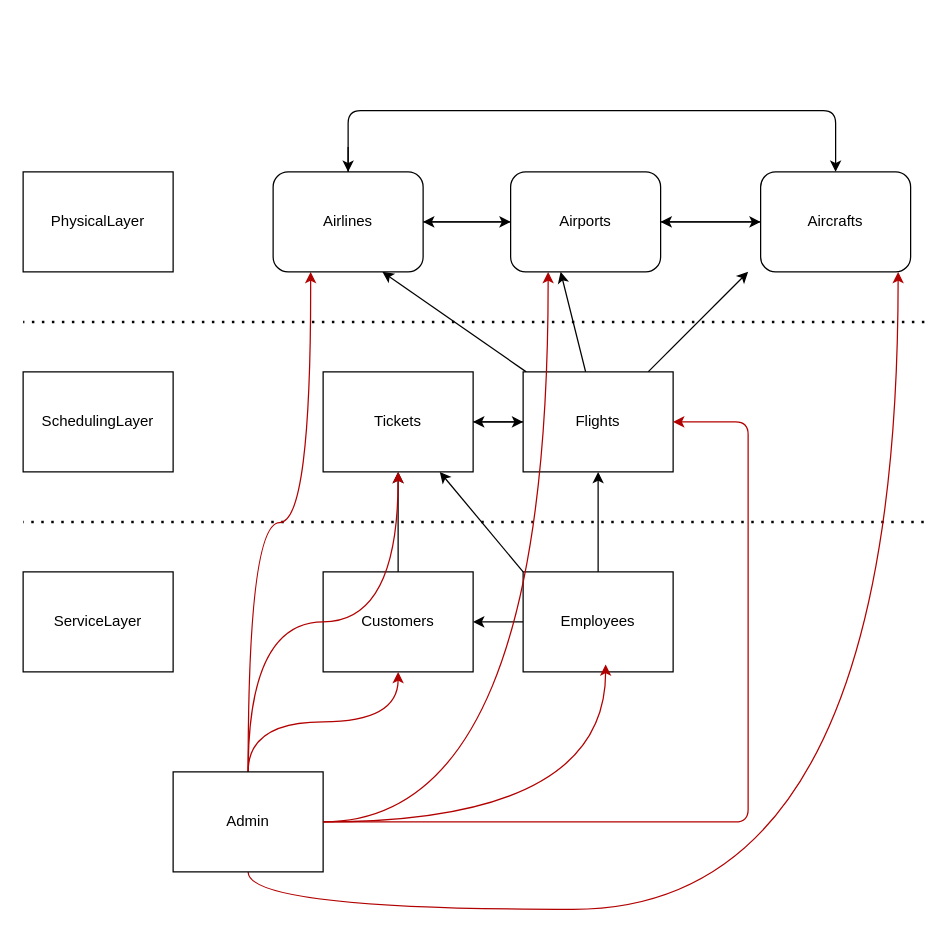
kyle4036/DatabaseManagement2026Project1 keeps this draw.io diagram as page "InitialConnections+AdminControl" (2 of 7) of ERDiagram.drawio. Above is the earlier version. Source tidied: cells renumbered, new cells numbered last; positions are measured from the earlier drawing's top-left corner, leaving out a move shared by most shapes. Both pictures are drawn from the tidied source at 125%, with x=0, y=0 at pixel (22, 110).
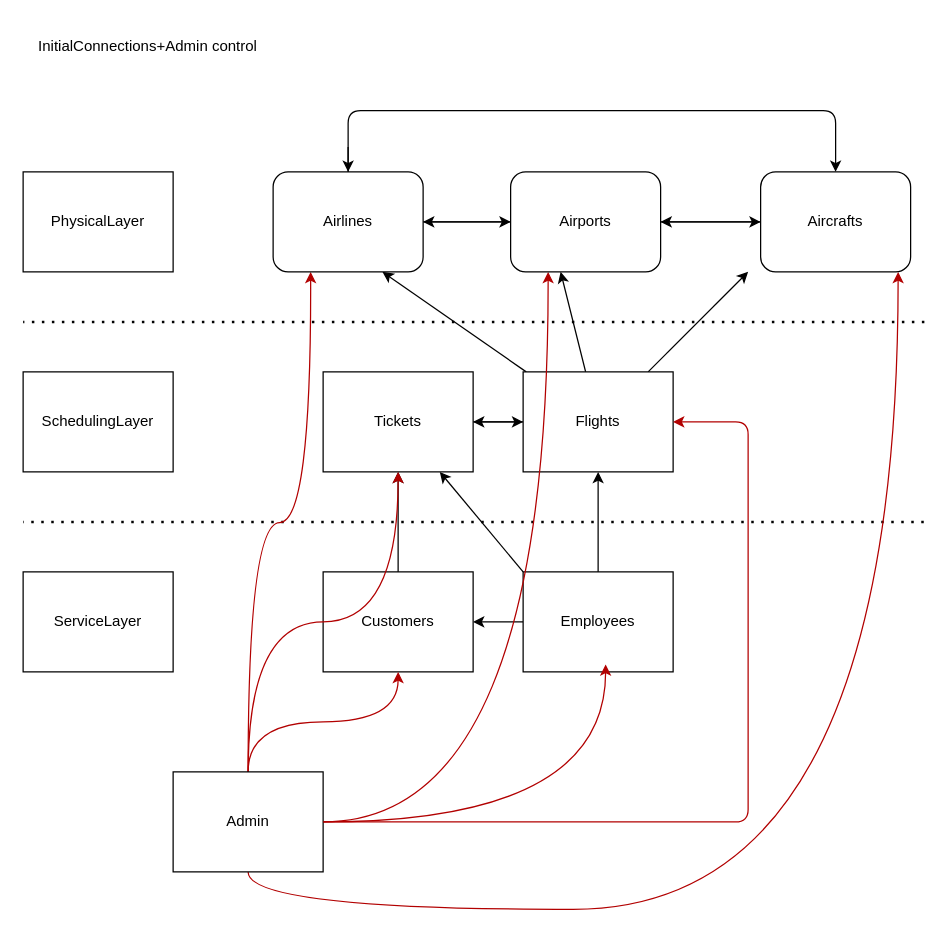
The same diagram, later.

Diff of the diagram source:
```diff
@@
+    <mxCell id="37" value="InitialConnections+Admin control" style="text;html=1;whiteSpace=wrap;strokeColor=none;fillColor=none;align=center;verticalAlign=middle;rounded=0;" parent="1" vertex="1">
+      <mxGeometry y="-71" width="200" height="40" as="geometry" />
+    </mxCell>
```
